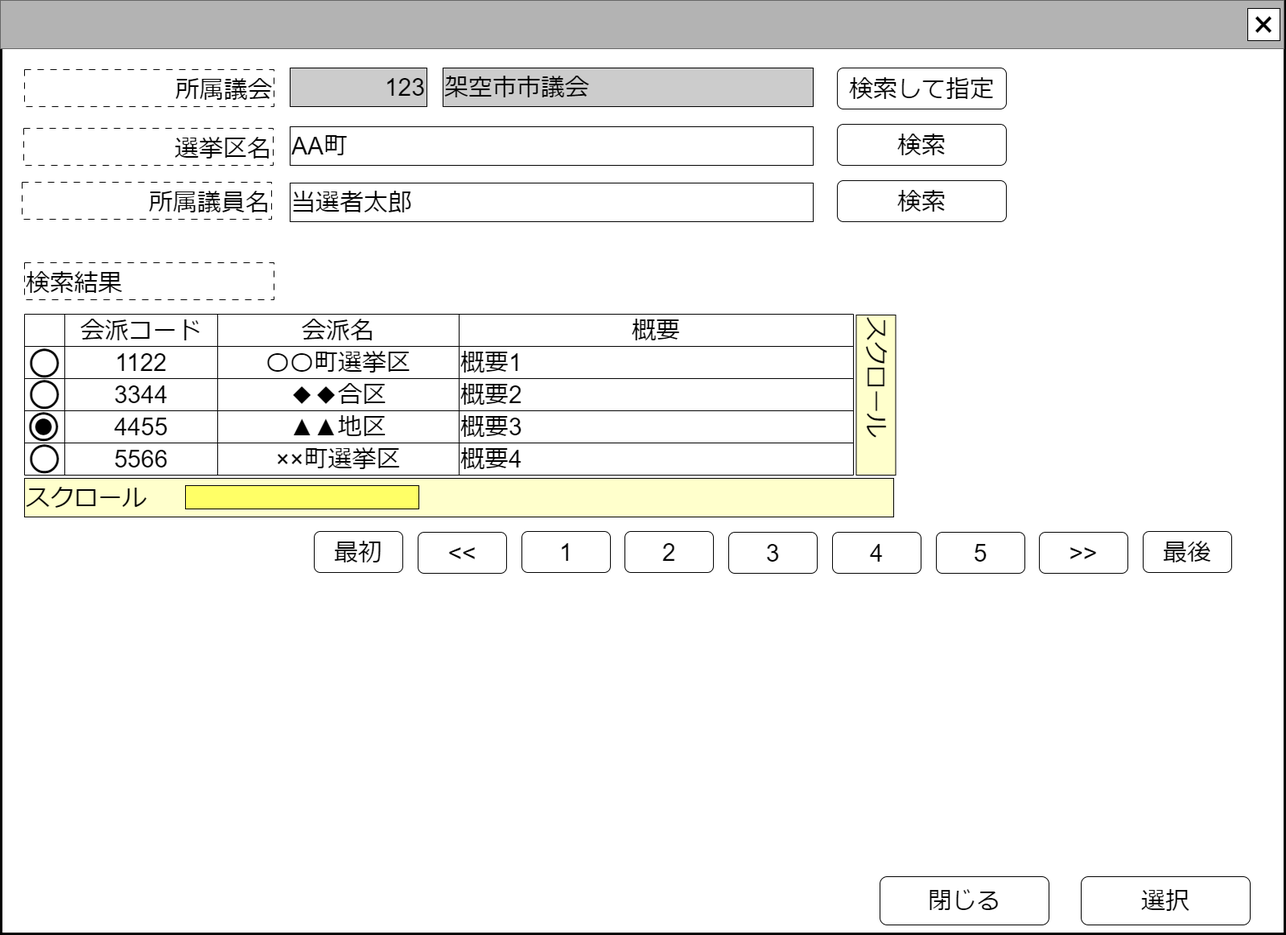
The draw.io diagram docs/common/front/search_election_district/image/議会選挙区検索.drawio.png in chiwa2023/investigate-politician-balance-report, before a commit. Source tidied: cells renumbered, new cells last; positions are measured from the earlier drawing's top-left corner, leaving out a move shared by most shapes.
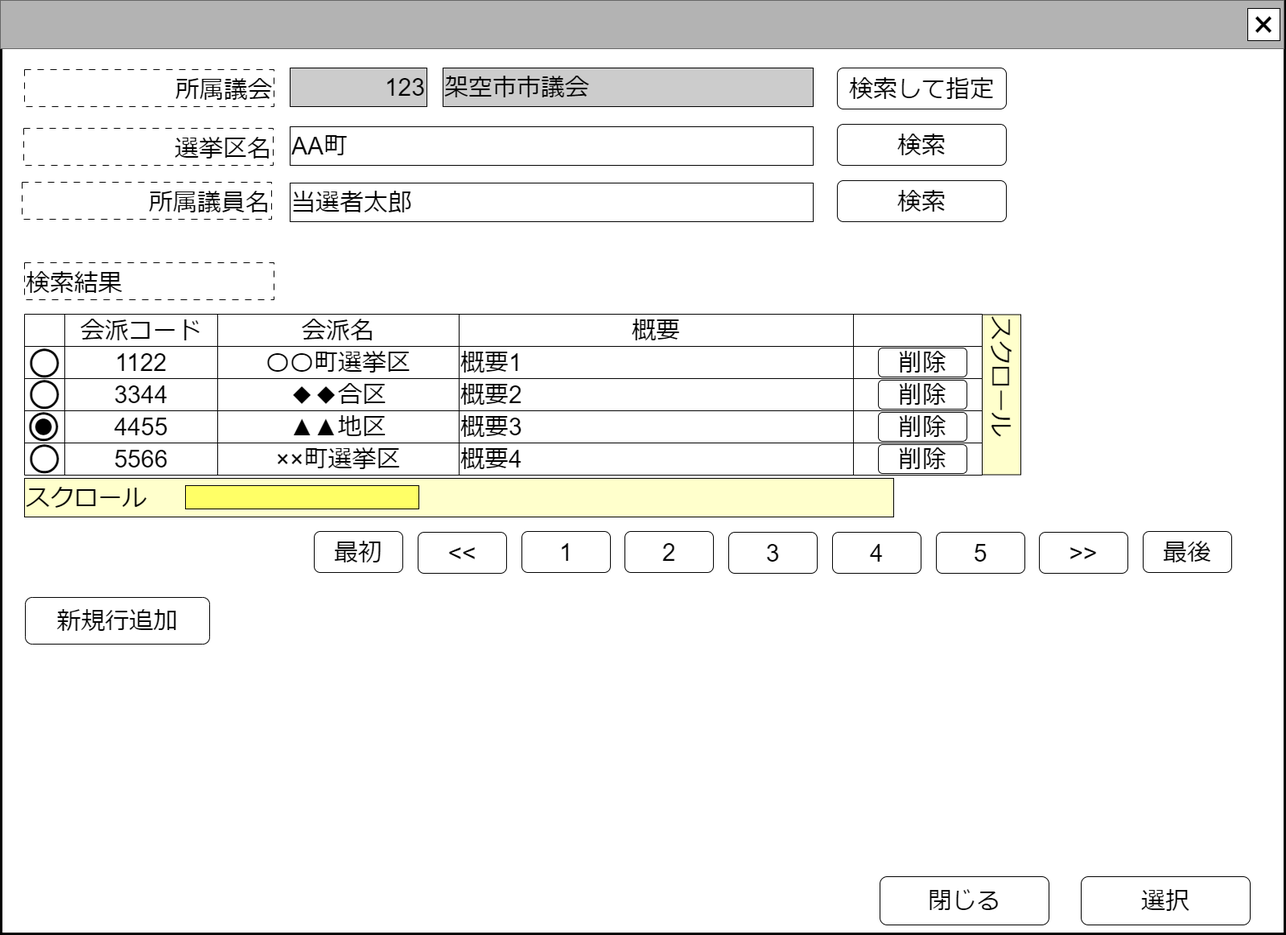
The same diagram one commit later.

Diff of the diagram source:
```diff
@@ -67,7 +67,7 @@
       <mxGeometry x="519" y="661" width="110" height="51" as="geometry" />
     </mxCell>
     <mxCell id="24" value="&lt;div style=&quot;&quot;&gt;&lt;font style=&quot;font-size: 30px;&quot;&gt;スクロール&lt;/font&gt;&lt;/div&gt;" style="rounded=0;whiteSpace=wrap;html=1;align=left;verticalAlign=top;fillColor=#FFFFCC;rotation=90;" parent="5" vertex="1">
-      <mxGeometry x="988.5" y="466" width="199" height="49" as="geometry" />
+      <mxGeometry x="1144" y="465.5" width="199" height="49" as="geometry" />
     </mxCell>
     <mxCell id="25" value="&lt;span style=&quot;font-size: 30px;&quot;&gt;123&lt;br&gt;&lt;/span&gt;" style="rounded=0;whiteSpace=wrap;html=1;align=right;fillColor=#CCCCCC;" parent="5" vertex="1">
       <mxGeometry x="360" y="84" width="170" height="48" as="geometry" />
@@ -82,10 +82,10 @@
       <mxGeometry x="1040" y="84" width="210" height="51" as="geometry" />
     </mxCell>
     <mxCell id="29" style="shape=table;startSize=0;fontSize=16;" parent="5" vertex="1">
-      <mxGeometry x="30" y="390" width="1030" height="200" as="geometry" />
+      <mxGeometry x="30" y="390" width="1190" height="200" as="geometry" />
     </mxCell>
     <mxCell id="30" style="shape=tableRow;horizontal=0;startSize=0;swimlaneHead=0;swimlaneBody=0;strokeColor=inherit;top=0;left=0;bottom=0;right=0;fillColor=none;fontSize=16;" parent="29" vertex="1">
-      <mxGeometry width="1030" height="40" as="geometry" />
+      <mxGeometry width="1190" height="40" as="geometry" />
     </mxCell>
     <mxCell id="31" style="shape=partialRectangle;html=1;whiteSpace=wrap;strokeColor=inherit;overflow=hidden;fillColor=none;top=0;left=0;bottom=0;right=0;fontSize=16;" parent="30" vertex="1">
       <mxGeometry width="50" height="40" as="geometry" />
@@ -99,8 +99,11 @@
     <mxCell id="34" value="&lt;font style=&quot;font-size: 30px;&quot;&gt;概要&lt;/font&gt;" style="shape=partialRectangle;html=1;whiteSpace=wrap;strokeColor=inherit;overflow=hidden;fillColor=none;top=0;left=0;bottom=0;right=0;fontSize=16;" parent="30" vertex="1">
       <mxGeometry x="540" width="490" height="40" as="geometry" />
     </mxCell>
+    <mxCell id="62" style="shape=partialRectangle;html=1;whiteSpace=wrap;strokeColor=inherit;overflow=hidden;fillColor=none;top=0;left=0;bottom=0;right=0;fontSize=16;" parent="30" vertex="1">
+      <mxGeometry x="1030" width="160" height="40" as="geometry" />
+    </mxCell>
     <mxCell id="35" style="shape=tableRow;horizontal=0;startSize=0;swimlaneHead=0;swimlaneBody=0;strokeColor=inherit;top=0;left=0;bottom=0;right=0;fillColor=none;fontSize=16;" parent="29" vertex="1">
-      <mxGeometry y="40" width="1030" height="40" as="geometry" />
+      <mxGeometry y="40" width="1190" height="40" as="geometry" />
     </mxCell>
     <mxCell id="36" style="shape=partialRectangle;html=1;whiteSpace=wrap;strokeColor=inherit;overflow=hidden;fillColor=none;top=0;left=0;bottom=0;right=0;fontSize=16;" parent="35" vertex="1">
       <mxGeometry width="50" height="40" as="geometry" />
@@ -114,8 +117,11 @@
     <mxCell id="39" value="&lt;font style=&quot;font-size: 30px;&quot;&gt;概要1&lt;/font&gt;" style="shape=partialRectangle;html=1;whiteSpace=wrap;strokeColor=inherit;overflow=hidden;fillColor=none;top=0;left=0;bottom=0;right=0;fontSize=16;align=left;" parent="35" vertex="1">
       <mxGeometry x="540" width="490" height="40" as="geometry" />
     </mxCell>
+    <mxCell id="63" style="shape=partialRectangle;html=1;whiteSpace=wrap;strokeColor=inherit;overflow=hidden;fillColor=none;top=0;left=0;bottom=0;right=0;fontSize=16;align=left;" parent="35" vertex="1">
+      <mxGeometry x="1030" width="160" height="40" as="geometry" />
+    </mxCell>
     <mxCell id="40" style="shape=tableRow;horizontal=0;startSize=0;swimlaneHead=0;swimlaneBody=0;strokeColor=inherit;top=0;left=0;bottom=0;right=0;fillColor=none;fontSize=16;align=left;" parent="29" vertex="1">
-      <mxGeometry y="80" width="1030" height="40" as="geometry" />
+      <mxGeometry y="80" width="1190" height="40" as="geometry" />
     </mxCell>
     <mxCell id="41" style="shape=partialRectangle;html=1;whiteSpace=wrap;strokeColor=inherit;overflow=hidden;fillColor=none;top=0;left=0;bottom=0;right=0;fontSize=16;" parent="40" vertex="1">
       <mxGeometry width="50" height="40" as="geometry" />
@@ -129,8 +135,11 @@
     <mxCell id="44" value="&lt;font style=&quot;font-size: 30px;&quot;&gt;概要2&lt;/font&gt;" style="shape=partialRectangle;html=1;whiteSpace=wrap;strokeColor=inherit;overflow=hidden;fillColor=none;top=0;left=0;bottom=0;right=0;fontSize=16;align=left;" parent="40" vertex="1">
       <mxGeometry x="540" width="490" height="40" as="geometry" />
     </mxCell>
+    <mxCell id="64" style="shape=partialRectangle;html=1;whiteSpace=wrap;strokeColor=inherit;overflow=hidden;fillColor=none;top=0;left=0;bottom=0;right=0;fontSize=16;align=left;" parent="40" vertex="1">
+      <mxGeometry x="1030" width="160" height="40" as="geometry" />
+    </mxCell>
     <mxCell id="45" style="shape=tableRow;horizontal=0;startSize=0;swimlaneHead=0;swimlaneBody=0;strokeColor=inherit;top=0;left=0;bottom=0;right=0;fillColor=none;fontSize=16;" parent="29" vertex="1">
-      <mxGeometry y="120" width="1030" height="40" as="geometry" />
+      <mxGeometry y="120" width="1190" height="40" as="geometry" />
     </mxCell>
     <mxCell id="46" style="shape=partialRectangle;html=1;whiteSpace=wrap;strokeColor=inherit;overflow=hidden;fillColor=none;top=0;left=0;bottom=0;right=0;fontSize=16;" parent="45" vertex="1">
       <mxGeometry width="50" height="40" as="geometry" />
@@ -144,8 +153,11 @@
     <mxCell id="49" value="&lt;span style=&quot;font-size: 30px;&quot;&gt;概要3&lt;/span&gt;" style="shape=partialRectangle;html=1;whiteSpace=wrap;strokeColor=inherit;overflow=hidden;fillColor=none;top=0;left=0;bottom=0;right=0;fontSize=16;align=left;" parent="45" vertex="1">
       <mxGeometry x="540" width="490" height="40" as="geometry" />
     </mxCell>
+    <mxCell id="65" style="shape=partialRectangle;html=1;whiteSpace=wrap;strokeColor=inherit;overflow=hidden;fillColor=none;top=0;left=0;bottom=0;right=0;fontSize=16;align=left;" parent="45" vertex="1">
+      <mxGeometry x="1030" width="160" height="40" as="geometry" />
+    </mxCell>
     <mxCell id="50" style="shape=tableRow;horizontal=0;startSize=0;swimlaneHead=0;swimlaneBody=0;strokeColor=inherit;top=0;left=0;bottom=0;right=0;fillColor=none;fontSize=16;" parent="29" vertex="1">
-      <mxGeometry y="160" width="1030" height="40" as="geometry" />
+      <mxGeometry y="160" width="1190" height="40" as="geometry" />
     </mxCell>
     <mxCell id="51" style="shape=partialRectangle;html=1;whiteSpace=wrap;strokeColor=inherit;overflow=hidden;fillColor=none;top=0;left=0;bottom=0;right=0;fontSize=16;" parent="50" vertex="1">
       <mxGeometry width="50" height="40" as="geometry" />
@@ -159,6 +171,9 @@
     <mxCell id="54" value="&lt;div style=&quot;&quot;&gt;&lt;span style=&quot;font-size: 30px; background-color: initial;&quot;&gt;概要4&lt;/span&gt;&lt;/div&gt;" style="shape=partialRectangle;html=1;whiteSpace=wrap;strokeColor=inherit;overflow=hidden;fillColor=none;top=0;left=0;bottom=0;right=0;fontSize=16;align=left;" parent="50" vertex="1">
       <mxGeometry x="540" width="490" height="40" as="geometry" />
     </mxCell>
+    <mxCell id="66" style="shape=partialRectangle;html=1;whiteSpace=wrap;strokeColor=inherit;overflow=hidden;fillColor=none;top=0;left=0;bottom=0;right=0;fontSize=16;align=left;" parent="50" vertex="1">
+      <mxGeometry x="1030" width="160" height="40" as="geometry" />
+    </mxCell>
     <mxCell id="55" value="&lt;font style=&quot;font-size: 84px;&quot;&gt;○&lt;/font&gt;" style="text;html=1;strokeColor=none;fillColor=none;align=center;verticalAlign=middle;whiteSpace=wrap;rounded=0;fontSize=60;" parent="5" vertex="1">
       <mxGeometry x="25" y="431" width="60" height="30" as="geometry" />
     </mxCell>
@@ -180,5 +195,20 @@
     <mxCell id="61" value="&lt;div style=&quot;&quot;&gt;&lt;br&gt;&lt;/div&gt;" style="rounded=0;whiteSpace=wrap;html=1;align=left;verticalAlign=top;fillColor=#FFFF66;" parent="5" vertex="1">
       <mxGeometry x="230" y="603" width="290" height="29" as="geometry" />
     </mxCell>
+    <mxCell id="67" value="&lt;span style=&quot;font-size: 30px;&quot;&gt;削除&lt;/span&gt;" style="rounded=1;whiteSpace=wrap;html=1;" parent="5" vertex="1">
+      <mxGeometry x="1091" y="432" width="110" height="36" as="geometry" />
+    </mxCell>
+    <mxCell id="68" value="&lt;span style=&quot;font-size: 30px;&quot;&gt;削除&lt;/span&gt;" style="rounded=1;whiteSpace=wrap;html=1;" parent="5" vertex="1">
+      <mxGeometry x="1091" y="472" width="110" height="36" as="geometry" />
+    </mxCell>
+    <mxCell id="69" value="&lt;span style=&quot;font-size: 30px;&quot;&gt;削除&lt;/span&gt;" style="rounded=1;whiteSpace=wrap;html=1;" parent="5" vertex="1">
+      <mxGeometry x="1091" y="512" width="110" height="36" as="geometry" />
+    </mxCell>
+    <mxCell id="70" value="&lt;span style=&quot;font-size: 30px;&quot;&gt;削除&lt;/span&gt;" style="rounded=1;whiteSpace=wrap;html=1;" parent="5" vertex="1">
+      <mxGeometry x="1091" y="552" width="110" height="36" as="geometry" />
+    </mxCell>
+    <mxCell id="71" value="&lt;span style=&quot;font-size: 30px;&quot;&gt;新規行追加&lt;/span&gt;" style="rounded=1;whiteSpace=wrap;html=1;" parent="5" vertex="1">
+      <mxGeometry x="31" y="742" width="229" height="58" as="geometry" />
+    </mxCell>
   </root>
 </mxGraphModel>
```
